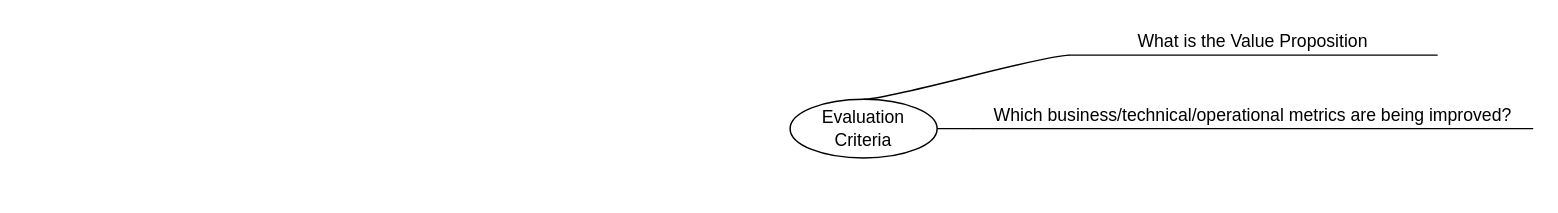
The draw.io diagram mindmaps/Evaluation-Criteria.drawio in iamulya/drawio-diagrams, before the edit. Source tidied: cells renumbered, new cells numbered last; positions are measured from the earlier drawing's top-left corner, leaving out a move shared by most shapes. Both pictures are drawn from the tidied source at 147%, with x=0, y=0 at pixel (789, 25).
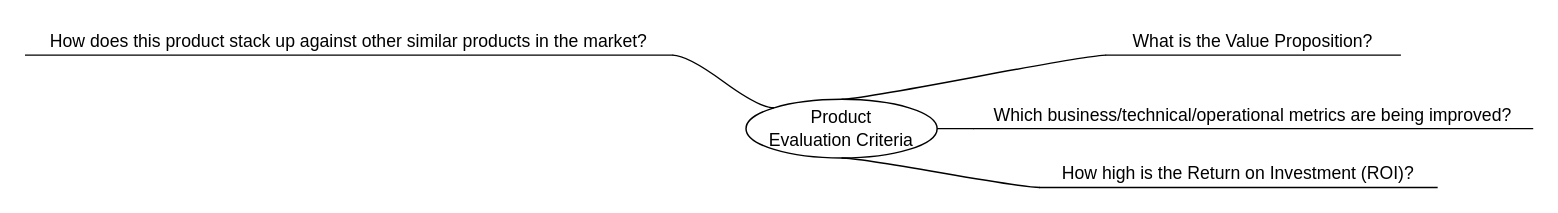
After the change.

What changed in the source:
```diff
@@
 <mxGraphModel>
   <root>
     <mxCell id="0" />
     <mxCell id="1" parent="0" />
-    <mxCell id="2" value="Evaluation Criteria" style="ellipse;whiteSpace=wrap;html=1;align=center;newEdgeStyle={&quot;edgeStyle&quot;:&quot;entityRelationEdgeStyle&quot;,&quot;startArrow&quot;:&quot;none&quot;,&quot;endArrow&quot;:&quot;none&quot;,&quot;segment&quot;:10,&quot;curved&quot;:1};" parent="1" vertex="1">
-      <mxGeometry y="50" width="100" height="40" as="geometry" />
+    <mxCell id="2" value="Product &lt;br&gt;Evaluation Criteria" style="ellipse;whiteSpace=wrap;html=1;align=center;newEdgeStyle={&quot;edgeStyle&quot;:&quot;entityRelationEdgeStyle&quot;,&quot;startArrow&quot;:&quot;none&quot;,&quot;endArrow&quot;:&quot;none&quot;,&quot;segment&quot;:10,&quot;curved&quot;:1};" parent="1" vertex="1">
+      <mxGeometry x="-30" y="50" width="130" height="40" as="geometry" />
     </mxCell>
-    <mxCell id="3" value="What is the Value Proposition&lt;br&gt;" style="whiteSpace=wrap;html=1;shape=partialRectangle;top=0;left=0;bottom=1;right=0;points=[[0,1],[1,1]];fillColor=none;align=center;verticalAlign=bottom;routingCenterY=0.5;snapToPoint=1;newEdgeStyle={&quot;edgeStyle&quot;:&quot;entityRelationEdgeStyle&quot;,&quot;startArrow&quot;:&quot;none&quot;,&quot;endArrow&quot;:&quot;none&quot;,&quot;segment&quot;:10,&quot;curved&quot;:1};" parent="1" vertex="1">
-      <mxGeometry x="190" width="250" height="20" as="geometry" />
+    <mxCell id="3" value="What is the Value Proposition?" style="whiteSpace=wrap;html=1;shape=partialRectangle;top=0;left=0;bottom=1;right=0;points=[[0,1],[1,1]];fillColor=none;align=center;verticalAlign=bottom;routingCenterY=0.5;snapToPoint=1;newEdgeStyle={&quot;edgeStyle&quot;:&quot;entityRelationEdgeStyle&quot;,&quot;startArrow&quot;:&quot;none&quot;,&quot;endArrow&quot;:&quot;none&quot;,&quot;segment&quot;:10,&quot;curved&quot;:1};" parent="1" vertex="1">
+      <mxGeometry x="215" width="200" height="20" as="geometry" />
     </mxCell>
     <mxCell id="4" style="edgeStyle=entityRelationEdgeStyle;startArrow=none;endArrow=none;segment=10;curved=1;exitX=0.5;exitY=0;exitDx=0;exitDy=0;" parent="1" edge="1" source="2" target="3">
       <mxGeometry relative="1" as="geometry" />
     </mxCell>
     <mxCell id="5" value="Which business/technical/operational metrics are being improved?" style="whiteSpace=wrap;html=1;shape=partialRectangle;top=0;left=0;bottom=1;right=0;points=[[0,1],[1,1]];fillColor=none;align=center;verticalAlign=bottom;routingCenterY=0.5;snapToPoint=1;newEdgeStyle={&quot;edgeStyle&quot;:&quot;entityRelationEdgeStyle&quot;,&quot;startArrow&quot;:&quot;none&quot;,&quot;endArrow&quot;:&quot;none&quot;,&quot;segment&quot;:10,&quot;curved&quot;:1};" parent="1" vertex="1">
       <mxGeometry x="125" y="50" width="380" height="20" as="geometry" />
     </mxCell>
     <mxCell id="6" style="edgeStyle=entityRelationEdgeStyle;startArrow=none;endArrow=none;segment=10;curved=1;exitX=1;exitY=0.5;exitDx=0;exitDy=0;" parent="1" edge="1" source="2" target="5">
       <mxGeometry relative="1" as="geometry" />
     </mxCell>
+    <mxCell id="7" value="How high is the Return on Investment (ROI)?" style="whiteSpace=wrap;html=1;shape=partialRectangle;top=0;left=0;bottom=1;right=0;points=[[0,1],[1,1]];fillColor=none;align=center;verticalAlign=bottom;routingCenterY=0.5;snapToPoint=1;newEdgeStyle={&quot;edgeStyle&quot;:&quot;entityRelationEdgeStyle&quot;,&quot;startArrow&quot;:&quot;none&quot;,&quot;endArrow&quot;:&quot;none&quot;,&quot;segment&quot;:10,&quot;curved&quot;:1};" parent="1" vertex="1">
+      <mxGeometry x="170" y="90" width="270" height="20" as="geometry" />
+    </mxCell>
+    <mxCell id="8" style="edgeStyle=entityRelationEdgeStyle;startArrow=none;endArrow=none;segment=10;curved=1;exitX=0.5;exitY=1;exitDx=0;exitDy=0;" parent="1" edge="1" source="2" target="7">
+      <mxGeometry relative="1" as="geometry" />
+    </mxCell>
+    <mxCell id="9" value="How does this product stack up against other similar products in the market?" style="whiteSpace=wrap;html=1;shape=partialRectangle;top=0;left=0;bottom=1;right=0;points=[[0,1],[1,1]];fillColor=none;align=center;verticalAlign=bottom;routingCenterY=0.5;snapToPoint=1;newEdgeStyle={&quot;edgeStyle&quot;:&quot;entityRelationEdgeStyle&quot;,&quot;startArrow&quot;:&quot;none&quot;,&quot;endArrow&quot;:&quot;none&quot;,&quot;segment&quot;:10,&quot;curved&quot;:1};" parent="1" vertex="1">
+      <mxGeometry x="-520" width="440" height="20" as="geometry" />
+    </mxCell>
+    <mxCell id="10" style="edgeStyle=entityRelationEdgeStyle;startArrow=none;endArrow=none;segment=10;curved=1;exitX=0;exitY=0;exitDx=0;exitDy=0;" parent="1" edge="1" source="2" target="9">
+      <mxGeometry relative="1" as="geometry" />
+    </mxCell>
   </root>
 </mxGraphModel>
```
